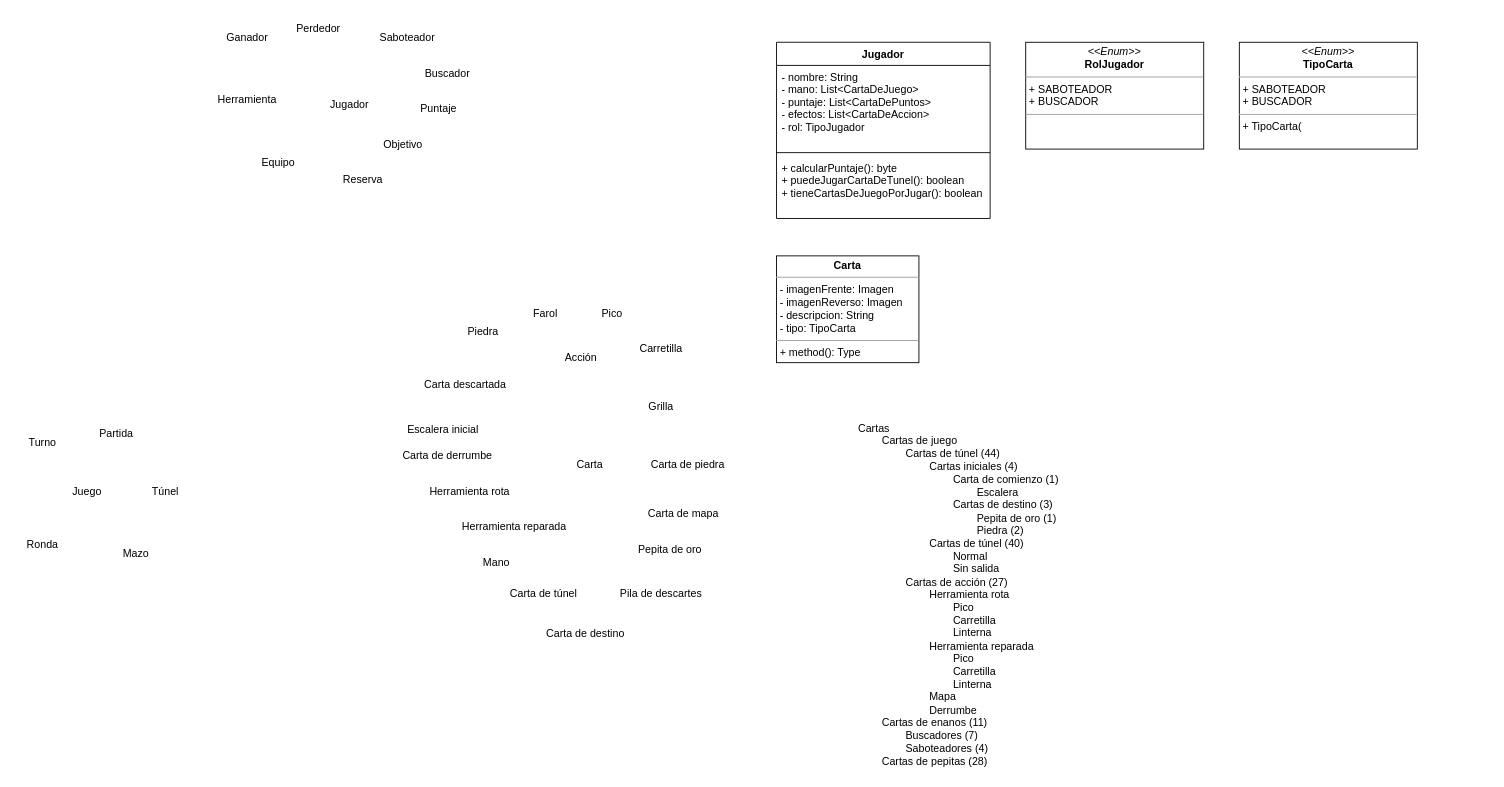
This is page "Sustantivos" (1 of 2) of Saboteur-UML.drawio from exe-quiel/saboteur-unlu-poo, a draw.io file, before an edit. Source tidied: cells renumbered, new cells numbered last; positions are measured from the earlier drawing's top-left corner, leaving out a move shared by most shapes. Both pictures are drawn from the tidied source at 89%, with x=0, y=0 at pixel (15, 15).
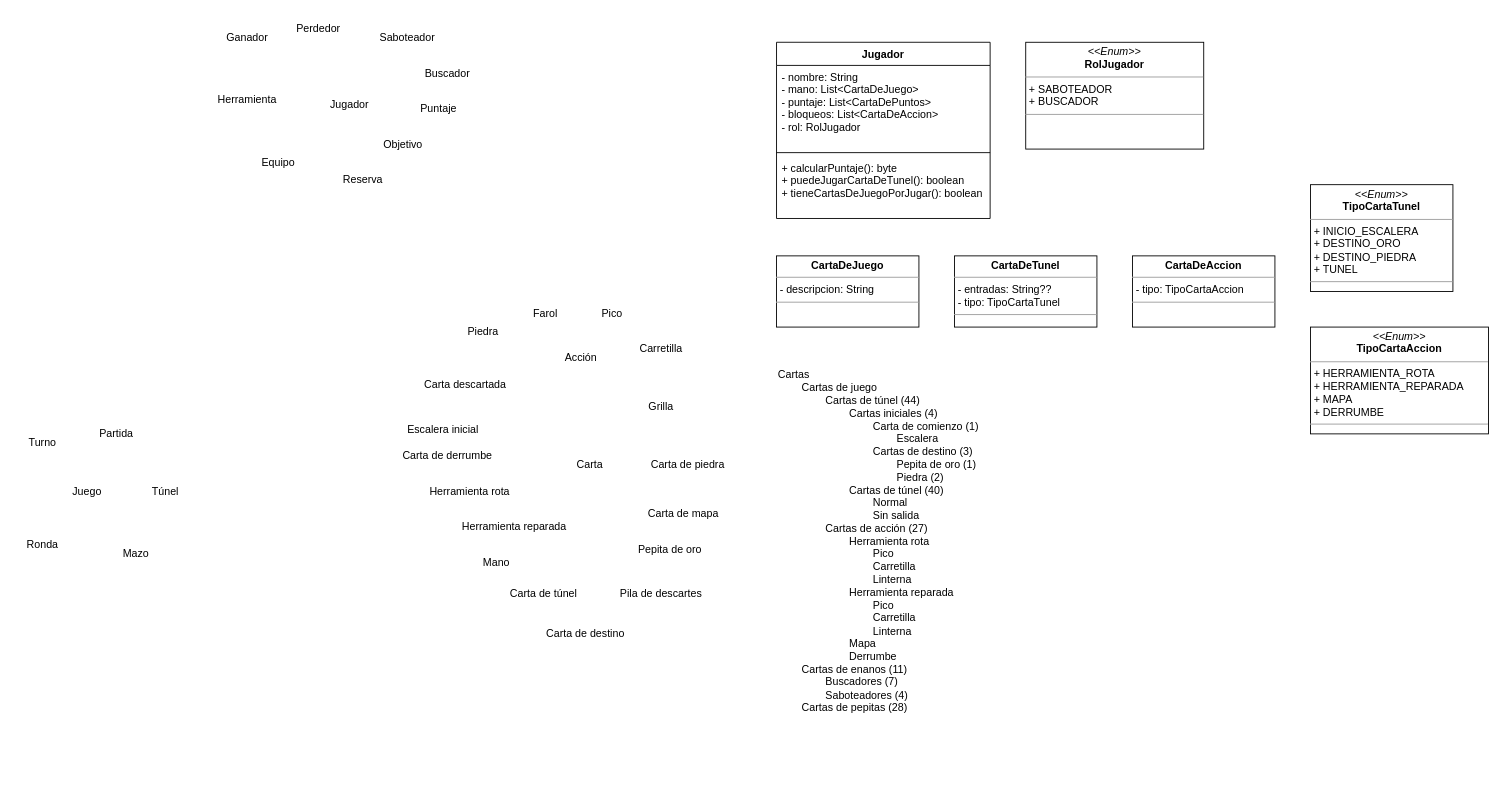
After the change.

Commit message:
Agrego parte de la jerarquía de clases para las cartas

The change refers to these unchanged cells:
```xml
<mxCell id="37" value="Jugador" style="swimlane;fontStyle=1;align=center;verticalAlign=top;horizontal=1;startSize=26;" parent="1" vertex="1">
  <mxGeometry x="855" y="30" width="240" height="198" as="geometry" />
</mxCell>
```

Change to the diagram source:
```diff
@@
-    <mxCell id="38" value="- nombre: String&#10;- mano: List&lt;CartaDeJuego&gt;&#10;- puntaje: List&lt;CartaDePuntos&gt;&#10;- efectos: List&lt;CartaDeAccion&gt;&#10;- rol: TipoJugador" style="text;strokeColor=none;fillColor=none;align=left;verticalAlign=top;spacingLeft=4;spacingRight=4;overflow=hidden;" parent="37" vertex="1">
+    <mxCell id="38" value="- nombre: String&#10;- mano: List&lt;CartaDeJuego&gt;&#10;- puntaje: List&lt;CartaDePuntos&gt;&#10;- bloqueos: List&lt;CartaDeAccion&gt;&#10;- rol: RolJugador" style="text;strokeColor=none;fillColor=none;align=left;verticalAlign=top;spacingLeft=4;spacingRight=4;overflow=hidden;" parent="37" vertex="1">
       <mxGeometry y="26" width="240" height="94" as="geometry" />
     </mxCell>
@@
-    <mxCell id="42" value="&lt;p style=&quot;margin:0px;margin-top:4px;text-align:center;&quot;&gt;&lt;b&gt;Carta&lt;/b&gt;&lt;/p&gt;&lt;hr size=&quot;1&quot;&gt;&lt;p style=&quot;margin:0px;margin-left:4px;&quot;&gt;- imagenFrente: Imagen&lt;/p&gt;&lt;p style=&quot;margin:0px;margin-left:4px;&quot;&gt;- imagenReverso: Imagen&lt;/p&gt;&lt;p style=&quot;margin:0px;margin-left:4px;&quot;&gt;- descripcion: String&lt;/p&gt;&lt;p style=&quot;margin:0px;margin-left:4px;&quot;&gt;- tipo: TipoCarta&lt;/p&gt;&lt;hr size=&quot;1&quot;&gt;&lt;p style=&quot;margin:0px;margin-left:4px;&quot;&gt;+ method(): Type&lt;/p&gt;" style="verticalAlign=top;align=left;overflow=fill;fontSize=12;fontFamily=Helvetica;html=1;" parent="1" vertex="1">
-      <mxGeometry x="855" y="270" width="160" height="120" as="geometry" />
+    <mxCell id="42" value="&lt;p style=&quot;margin:0px;margin-top:4px;text-align:center;&quot;&gt;&lt;b&gt;CartaDeJuego&lt;/b&gt;&lt;/p&gt;&lt;hr size=&quot;1&quot;&gt;&lt;p style=&quot;margin:0px;margin-left:4px;&quot;&gt;&lt;span style=&quot;background-color: initial;&quot;&gt;- descripcion: String&lt;/span&gt;&lt;/p&gt;&lt;hr size=&quot;1&quot;&gt;&lt;p style=&quot;margin:0px;margin-left:4px;&quot;&gt;&lt;br&gt;&lt;/p&gt;" style="verticalAlign=top;align=left;overflow=fill;fontSize=12;fontFamily=Helvetica;html=1;" parent="1" vertex="1">
+      <mxGeometry x="855" y="270" width="160" height="80" as="geometry" />
     </mxCell>
-    <mxCell id="43" value="&lt;p style=&quot;margin:0px;margin-top:4px;text-align:center;&quot;&gt;&lt;i&gt;&amp;lt;&amp;lt;Enum&amp;gt;&amp;gt;&lt;/i&gt;&lt;br&gt;&lt;b&gt;TipoCarta&lt;/b&gt;&lt;/p&gt;&lt;hr size=&quot;1&quot;&gt;&lt;p style=&quot;margin:0px;margin-left:4px;&quot;&gt;+ SABOTEADOR&lt;br&gt;+ BUSCADOR&lt;/p&gt;&lt;hr size=&quot;1&quot;&gt;&lt;p style=&quot;margin:0px;margin-left:4px;&quot;&gt;+ TipoCarta(&lt;/p&gt;" style="verticalAlign=top;align=left;overflow=fill;fontSize=12;fontFamily=Helvetica;html=1;" parent="1" vertex="1">
-      <mxGeometry x="1375" y="30" width="200" height="120" as="geometry" />
-    </mxCell>
     <mxCell id="44" value="Cartas&lt;br&gt;&lt;span style=&quot;white-space: pre;&quot;&gt;&#9;&lt;/span&gt;Cartas de juego&lt;br&gt;&lt;span style=&quot;white-space: pre;&quot;&gt;&#9;&lt;/span&gt;&lt;span style=&quot;white-space: pre;&quot;&gt;&#9;&lt;/span&gt;Cartas de túnel (44)&lt;br&gt;&lt;span style=&quot;white-space: pre;&quot;&gt;&#9;&lt;/span&gt;&lt;span style=&quot;white-space: pre;&quot;&gt;&#9;&lt;/span&gt;&lt;span style=&quot;white-space: pre;&quot;&gt;&#9;&lt;/span&gt;Cartas iniciales (4)&lt;br&gt;&lt;span style=&quot;white-space: pre;&quot;&gt;&#9;&lt;/span&gt;&lt;span style=&quot;white-space: pre;&quot;&gt;&#9;&lt;/span&gt;&lt;span style=&quot;white-space: pre;&quot;&gt;&#9;&lt;/span&gt;&lt;span style=&quot;white-space: pre;&quot;&gt;&#9;&lt;/span&gt;Carta de comienzo (1)&lt;br&gt;&lt;span style=&quot;white-space: pre;&quot;&gt;&#9;&lt;/span&gt;&lt;span style=&quot;white-space: pre;&quot;&gt;&#9;&lt;/span&gt;&lt;span style=&quot;white-space: pre;&quot;&gt;&#9;&lt;/span&gt;&lt;span style=&quot;white-space: pre;&quot;&gt;&#9;&lt;/span&gt;&lt;span style=&quot;white-space: pre;&quot;&gt;&#9;&lt;/span&gt;Escalera&lt;br&gt;&lt;span style=&quot;white-space: pre;&quot;&gt;&#9;&lt;/span&gt;&lt;span style=&quot;white-space: pre;&quot;&gt;&#9;&lt;/span&gt;&lt;span style=&quot;white-space: pre;&quot;&gt;&#9;&lt;/span&gt;&lt;span style=&quot;white-space: pre;&quot;&gt;&#9;&lt;/span&gt;Cartas de destino (3)&lt;br&gt;&lt;span style=&quot;background-color: initial;&quot;&gt;&lt;span style=&quot;white-space: pre;&quot;&gt;&#9;&lt;/span&gt;&lt;span style=&quot;white-space: pre;&quot;&gt;&#9;&lt;/span&gt;&lt;span style=&quot;white-space: pre;&quot;&gt;&#9;&lt;/span&gt;&lt;span style=&quot;white-space: pre;&quot;&gt;&#9;&lt;/span&gt;&lt;span style=&quot;white-space: pre;&quot;&gt;&#9;&lt;/span&gt;Pepita de oro (1)&lt;br&gt;&lt;/span&gt;&lt;span style=&quot;background-color: initial;&quot;&gt;&lt;span style=&quot;white-space: pre;&quot;&gt;&#9;&lt;/span&gt;&lt;span style=&quot;white-space: pre;&quot;&gt;&#9;&lt;/span&gt;&lt;span style=&quot;white-space: pre;&quot;&gt;&#9;&lt;/span&gt;&lt;span style=&quot;white-space: pre;&quot;&gt;&#9;&lt;/span&gt;&lt;span style=&quot;white-space: pre;&quot;&gt;&#9;&lt;/span&gt;Piedra (2)&lt;/span&gt;&lt;span style=&quot;background-color: initial;&quot;&gt;&lt;br&gt;&lt;/span&gt;&lt;span style=&quot;white-space: pre;&quot;&gt;&#9;&lt;/span&gt;&lt;span style=&quot;white-space: pre;&quot;&gt;&#9;&lt;/span&gt;&lt;span style=&quot;white-space: pre;&quot;&gt;&#9;&lt;/span&gt;Cartas de túnel (40)&lt;br&gt;&lt;span style=&quot;white-space: pre;&quot;&gt;&#9;&lt;/span&gt;&lt;span style=&quot;white-space: pre;&quot;&gt;&#9;&lt;/span&gt;&lt;span style=&quot;white-space: pre;&quot;&gt;&#9;&lt;/span&gt;&lt;span style=&quot;white-space: pre;&quot;&gt;&#9;&lt;/span&gt;Normal&lt;br&gt;&lt;span style=&quot;white-space: pre;&quot;&gt;&#9;&lt;/span&gt;&lt;span style=&quot;white-space: pre;&quot;&gt;&#9;&lt;/span&gt;&lt;span style=&quot;white-space: pre;&quot;&gt;&#9;&lt;/span&gt;&lt;span style=&quot;white-space: pre;&quot;&gt;&#9;&lt;/span&gt;Sin salida&lt;br&gt;&lt;span style=&quot;background-color: initial;&quot;&gt;&lt;span style=&quot;white-space: pre;&quot;&gt;&#9;&lt;/span&gt;&lt;span style=&quot;white-space: pre;&quot;&gt;&#9;&lt;/span&gt;Cartas de acción (27)&lt;br&gt;&lt;/span&gt;&lt;span style=&quot;background-color: initial;&quot;&gt;&lt;span style=&quot;white-space: pre;&quot;&gt;&#9;&lt;/span&gt;&lt;span style=&quot;white-space: pre;&quot;&gt;&#9;&lt;span style=&quot;white-space: pre;&quot;&gt;&#9;&lt;/span&gt;&lt;/span&gt;Herramienta rota&lt;br&gt;&lt;/span&gt;&lt;span style=&quot;background-color: initial;&quot;&gt;&lt;span style=&quot;white-space: pre;&quot;&gt;&#9;&lt;/span&gt;&lt;span style=&quot;white-space: pre;&quot;&gt;&#9;&lt;/span&gt;&lt;span style=&quot;white-space: pre;&quot;&gt;&#9;&lt;/span&gt;&lt;span style=&quot;white-space: pre;&quot;&gt;&#9;&lt;/span&gt;Pico&lt;br&gt;&lt;/span&gt;&lt;span style=&quot;background-color: initial;&quot;&gt;&lt;span style=&quot;white-space: pre;&quot;&gt;&#9;&lt;/span&gt;&lt;span style=&quot;white-space: pre;&quot;&gt;&#9;&lt;/span&gt;&lt;span style=&quot;white-space: pre;&quot;&gt;&#9;&lt;/span&gt;&lt;span style=&quot;white-space: pre;&quot;&gt;&#9;&lt;/span&gt;Carretilla&lt;br&gt;&lt;/span&gt;&lt;span style=&quot;background-color: initial;&quot;&gt;&lt;span style=&quot;white-space: pre;&quot;&gt;&#9;&lt;/span&gt;&lt;span style=&quot;white-space: pre;&quot;&gt;&#9;&lt;/span&gt;&lt;span style=&quot;white-space: pre;&quot;&gt;&#9;&lt;/span&gt;&lt;span style=&quot;white-space: pre;&quot;&gt;&#9;&lt;/span&gt;Linterna&lt;br&gt;&lt;/span&gt;&lt;span style=&quot;background-color: initial;&quot;&gt;&lt;span style=&quot;white-space: pre;&quot;&gt;&#9;&lt;/span&gt;&lt;span style=&quot;white-space: pre;&quot;&gt;&#9;&lt;/span&gt;&lt;span style=&quot;white-space: pre;&quot;&gt;&#9;&lt;/span&gt;Herramienta reparada&lt;br&gt;&lt;/span&gt;&lt;span style=&quot;background-color: initial;&quot;&gt;&lt;span style=&quot;white-space: pre;&quot;&gt;&#9;&lt;/span&gt;&lt;span style=&quot;white-space: pre;&quot;&gt;&#9;&lt;/span&gt;&lt;span style=&quot;white-space: pre;&quot;&gt;&#9;&lt;/span&gt;&lt;span style=&quot;white-space: pre;&quot;&gt;&#9;&lt;/span&gt;Pico&lt;br&gt;&lt;/span&gt;&lt;span style=&quot;background-color: initial;&quot;&gt;&lt;span style=&quot;white-space: pre;&quot;&gt;&#9;&lt;/span&gt;&lt;span style=&quot;white-space: pre;&quot;&gt;&#9;&lt;/span&gt;&lt;span style=&quot;white-space: pre;&quot;&gt;&#9;&lt;/span&gt;&lt;span style=&quot;white-space: pre;&quot;&gt;&#9;&lt;/span&gt;Carretilla&lt;br&gt;&lt;/span&gt;&lt;span style=&quot;background-color: initial; white-space: pre;&quot;&gt;&lt;span style=&quot;white-space: pre;&quot;&gt;&#9;&lt;/span&gt;&lt;span style=&quot;white-space: pre;&quot;&gt;&#9;&lt;/span&gt;&lt;span style=&quot;white-space: pre;&quot;&gt;&#9;&lt;/span&gt;&lt;span style=&quot;white-space: pre;&quot;&gt;&#9;&lt;/span&gt;L&lt;/span&gt;&lt;span style=&quot;background-color: initial;&quot;&gt;interna&lt;br&gt;&lt;/span&gt;&lt;span style=&quot;background-color: initial;&quot;&gt;&lt;span style=&quot;white-space: pre;&quot;&gt;&#9;&lt;/span&gt;&lt;span style=&quot;white-space: pre;&quot;&gt;&#9;&lt;/span&gt;&lt;span style=&quot;white-space: pre;&quot;&gt;&#9;&lt;/span&gt;Mapa&lt;br&gt;&lt;/span&gt;&lt;span style=&quot;background-color: initial;&quot;&gt;&lt;span style=&quot;white-space: pre;&quot;&gt;&#9;&lt;/span&gt;&lt;span style=&quot;white-space: pre;&quot;&gt;&#9;&lt;/span&gt;&lt;span style=&quot;white-space: pre;&quot;&gt;&#9;&lt;/span&gt;Derrumbe&lt;br&gt;&lt;/span&gt;&lt;span style=&quot;white-space: pre;&quot;&gt;&#9;&lt;/span&gt;Cartas de enanos (11)&lt;br&gt;&lt;span style=&quot;white-space: pre;&quot;&gt;&#9;&lt;/span&gt;&lt;span style=&quot;white-space: pre;&quot;&gt;&#9;&lt;/span&gt;Buscadores (7)&lt;br&gt;&lt;span style=&quot;white-space: pre;&quot;&gt;&#9;&lt;/span&gt;&lt;span style=&quot;white-space: pre;&quot;&gt;&#9;&lt;/span&gt;Saboteadores (4)&lt;br&gt;&lt;span style=&quot;white-space: pre;&quot;&gt;&#9;&lt;/span&gt;Cartas de pepitas (28)" style="text;html=1;align=left;verticalAlign=top;strokeColor=none;fillColor=none;" parent="1" vertex="1">
-      <mxGeometry x="945" y="450" width="250" height="400" as="geometry" />
+      <mxGeometry x="855" y="390" width="240" height="400" as="geometry" />
     </mxCell>
+    <mxCell id="45" value="&lt;p style=&quot;margin:0px;margin-top:4px;text-align:center;&quot;&gt;&lt;b&gt;CartaDeTunel&lt;/b&gt;&lt;/p&gt;&lt;hr size=&quot;1&quot;&gt;&lt;p style=&quot;margin:0px;margin-left:4px;&quot;&gt;- entradas: String??&lt;/p&gt;&lt;p style=&quot;margin:0px;margin-left:4px;&quot;&gt;- tipo: TipoCartaTunel&lt;/p&gt;&lt;hr size=&quot;1&quot;&gt;&lt;p style=&quot;margin:0px;margin-left:4px;&quot;&gt;&lt;br&gt;&lt;/p&gt;" style="verticalAlign=top;align=left;overflow=fill;fontSize=12;fontFamily=Helvetica;html=1;" parent="1" vertex="1">
+      <mxGeometry x="1055" y="270" width="160" height="80" as="geometry" />
+    </mxCell>
+    <mxCell id="46" value="&lt;p style=&quot;margin:0px;margin-top:4px;text-align:center;&quot;&gt;&lt;b&gt;CartaDeAccion&lt;/b&gt;&lt;/p&gt;&lt;hr size=&quot;1&quot;&gt;&lt;p style=&quot;margin:0px;margin-left:4px;&quot;&gt;- tipo: TipoCartaAccion&lt;/p&gt;&lt;hr size=&quot;1&quot;&gt;&lt;p style=&quot;margin:0px;margin-left:4px;&quot;&gt;&lt;br&gt;&lt;/p&gt;" style="verticalAlign=top;align=left;overflow=fill;fontSize=12;fontFamily=Helvetica;html=1;" parent="1" vertex="1">
+      <mxGeometry x="1255" y="270" width="160" height="80" as="geometry" />
+    </mxCell>
+    <mxCell id="47" value="&lt;p style=&quot;margin:0px;margin-top:4px;text-align:center;&quot;&gt;&lt;i&gt;&amp;lt;&amp;lt;Enum&amp;gt;&amp;gt;&lt;/i&gt;&lt;br&gt;&lt;b&gt;TipoCartaTunel&lt;/b&gt;&lt;/p&gt;&lt;hr size=&quot;1&quot;&gt;&lt;p style=&quot;margin:0px;margin-left:4px;&quot;&gt;+ INICIO_ESCALERA&lt;br&gt;+ DESTINO_ORO&lt;/p&gt;&lt;p style=&quot;margin:0px;margin-left:4px;&quot;&gt;+ DESTINO_PIEDRA&lt;/p&gt;&lt;p style=&quot;margin:0px;margin-left:4px;&quot;&gt;+ TUNEL&lt;/p&gt;&lt;hr size=&quot;1&quot;&gt;&lt;p style=&quot;margin:0px;margin-left:4px;&quot;&gt;&lt;br&gt;&lt;/p&gt;" style="verticalAlign=top;align=left;overflow=fill;fontSize=12;fontFamily=Helvetica;html=1;" parent="1" vertex="1">
+      <mxGeometry x="1455" y="190" width="160" height="120" as="geometry" />
+    </mxCell>
+    <mxCell id="48" value="&lt;p style=&quot;margin:0px;margin-top:4px;text-align:center;&quot;&gt;&lt;i&gt;&amp;lt;&amp;lt;Enum&amp;gt;&amp;gt;&lt;/i&gt;&lt;br&gt;&lt;b&gt;TipoCartaAccion&lt;/b&gt;&lt;/p&gt;&lt;hr size=&quot;1&quot;&gt;&lt;p style=&quot;margin:0px;margin-left:4px;&quot;&gt;+ HERRAMIENTA_ROTA&lt;br&gt;+ HERRAMIENTA_REPARADA&lt;/p&gt;&lt;p style=&quot;margin:0px;margin-left:4px;&quot;&gt;+ MAPA&lt;/p&gt;&lt;p style=&quot;margin:0px;margin-left:4px;&quot;&gt;+ DERRUMBE&lt;/p&gt;&lt;hr size=&quot;1&quot;&gt;&lt;p style=&quot;margin:0px;margin-left:4px;&quot;&gt;&lt;br&gt;&lt;/p&gt;" style="verticalAlign=top;align=left;overflow=fill;fontSize=12;fontFamily=Helvetica;html=1;" parent="1" vertex="1">
+      <mxGeometry x="1455" y="350" width="200" height="120" as="geometry" />
+    </mxCell>
```
